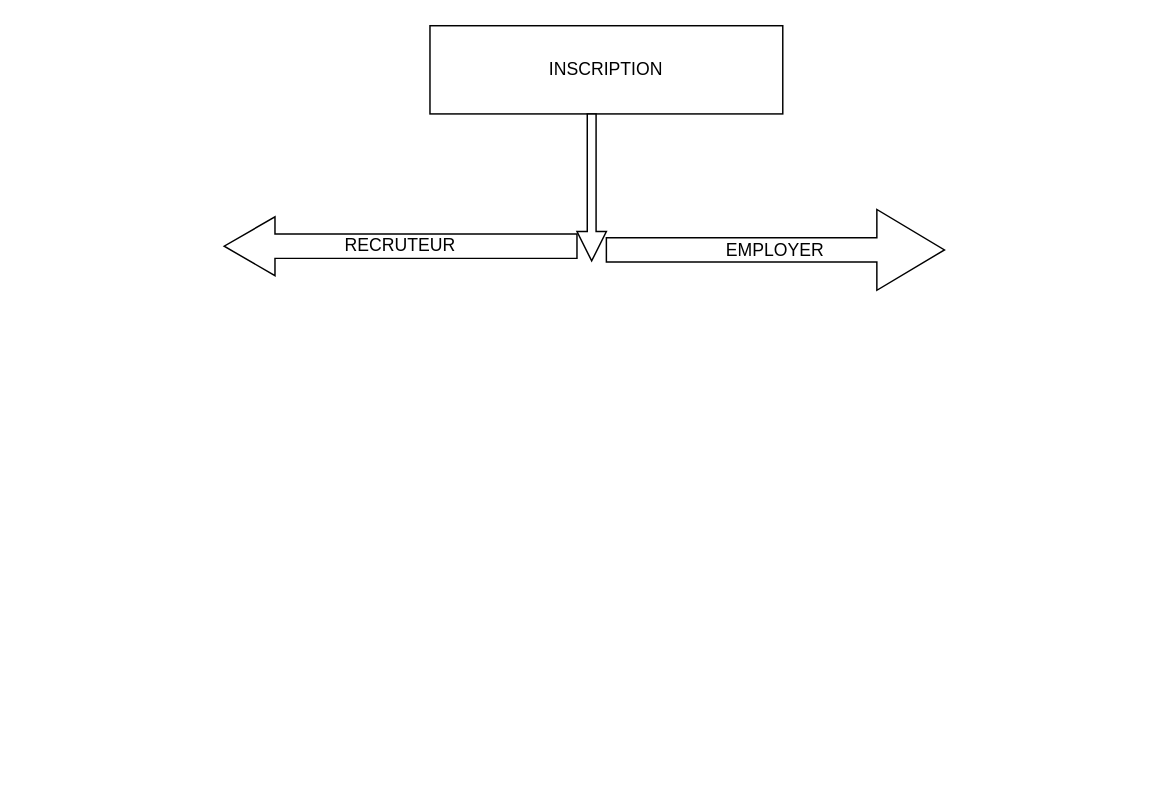
Above: AT_RM.drawio in DavidDem249/diagrams (draw.io), before the change. Source tidied: cells renumbered, new cells numbered last; positions are measured from the earlier drawing's top-left corner, leaving out a move shared by most shapes. Both pictures are drawn from the tidied source at 147%, with x=0, y=0 at pixel (223, 25).
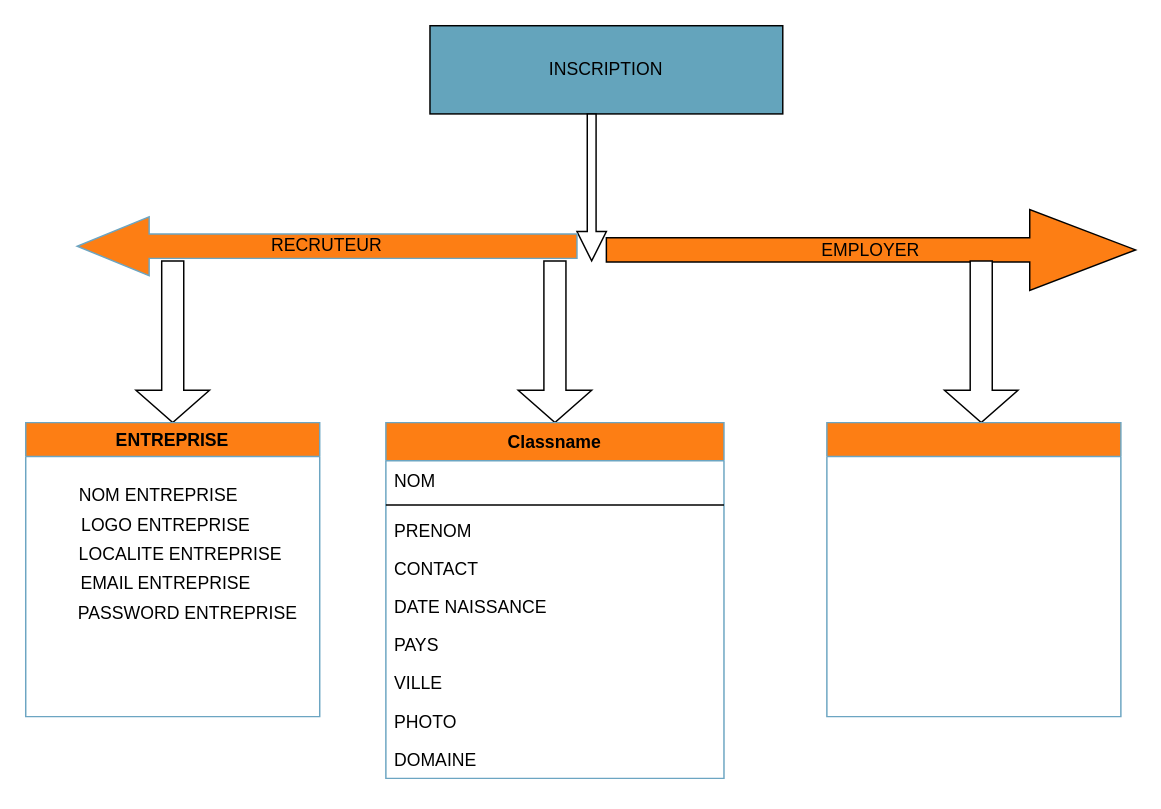
Above is the later version.

Commit message:
Une nouvelle mise à jour

Diff of the diagram source:
```diff
@@
-    <mxCell id="2" value="INSCRIPTION" style="rounded=0;whiteSpace=wrap;html=1;" parent="1" vertex="1">
+    <mxCell id="2" value="INSCRIPTION" style="rounded=0;whiteSpace=wrap;html=1;fillColor=#64A4BC;" parent="1" vertex="1">
       <mxGeometry x="140" width="240" height="60" as="geometry" />
     </mxCell>
@@
-    <mxCell id="4" value="RECRUTEUR" style="shape=singleArrow;direction=west;whiteSpace=wrap;html=1;arrowWidth=0.41333414713541666;arrowSize=0.144000244140625;" parent="1" vertex="1">
-      <mxGeometry y="130" width="240" height="40" as="geometry" />
+    <mxCell id="4" value="RECRUTEUR" style="shape=singleArrow;direction=west;whiteSpace=wrap;html=1;arrowWidth=0.41333414713541666;arrowSize=0.144000244140625;strokeColor=#6CA5C2;fillColor=#fd7e14;" parent="1" vertex="1">
+      <mxGeometry x="-100" y="130" width="340" height="40" as="geometry" />
     </mxCell>
-    <mxCell id="5" value="EMPLOYER" style="shape=singleArrow;whiteSpace=wrap;html=1;" parent="1" vertex="1">
-      <mxGeometry x="260" y="125" width="230" height="55" as="geometry" />
+    <mxCell id="5" value="EMPLOYER" style="shape=singleArrow;whiteSpace=wrap;html=1;fillColor=#fd7e14;" parent="1" vertex="1">
+      <mxGeometry x="260" y="125" width="360" height="55" as="geometry" />
     </mxCell>
+    <mxCell id="6" style="shape=singleArrow;direction=south;whiteSpace=wrap;html=1;" parent="1" vertex="1">
+      <mxGeometry x="-60" y="160" width="50" height="110" as="geometry" />
+    </mxCell>
+    <mxCell id="7" style="shape=singleArrow;direction=south;whiteSpace=wrap;html=1;" parent="1" vertex="1">
+      <mxGeometry x="200" y="160" width="50" height="110" as="geometry" />
+    </mxCell>
+    <mxCell id="8" value="ENTREPRISE" style="swimlane;strokeColor=#6CA5C2;fillColor=#fd7e14;" parent="1" vertex="1">
+      <mxGeometry x="-135" y="270" width="200" height="200" as="geometry" />
+    </mxCell>
+    <mxCell id="9" value="NOM ENTREPRISE" style="text;html=1;align=center;verticalAlign=middle;strokeColor=none;" parent="8" vertex="1">
+      <mxGeometry x="30" y="40" width="120" height="20" as="geometry" />
+    </mxCell>
+    <mxCell id="10" value="LOGO ENTREPRISE" style="text;html=1;align=center;verticalAlign=middle;strokeColor=none;" parent="1" vertex="1">
+      <mxGeometry x="-105" y="330" width="130" height="20" as="geometry" />
+    </mxCell>
+    <mxCell id="11" value="LOCALITE ENTREPRISE" style="text;html=1;align=center;verticalAlign=middle;strokeColor=none;" parent="1" vertex="1">
+      <mxGeometry x="-105" y="350" width="150" height="20" as="geometry" />
+    </mxCell>
+    <mxCell id="12" value="EMAIL ENTREPRISE" style="text;html=1;align=center;verticalAlign=middle;strokeColor=none;" parent="1" vertex="1">
+      <mxGeometry x="-105" y="370" width="130" height="20" as="geometry" />
+    </mxCell>
+    <mxCell id="13" style="shape=singleArrow;direction=south;whiteSpace=wrap;html=1;" parent="1" vertex="1">
+      <mxGeometry x="490" y="160" width="50" height="110" as="geometry" />
+    </mxCell>
+    <mxCell id="14" style="swimlane;strokeColor=#6CA5C2;fillColor=#fd7e14;" parent="1" vertex="1">
+      <mxGeometry x="410" y="270" width="200" height="200" as="geometry" />
+    </mxCell>
+    <mxCell id="15" value="PASSWORD ENTREPRISE" style="text;html=1;align=center;verticalAlign=middle;strokeColor=none;" parent="1" vertex="1">
+      <mxGeometry x="-105" y="390" width="160" height="20" as="geometry" />
+    </mxCell>
+    <mxCell id="16" value="Classname" style="swimlane;fontStyle=1;align=center;verticalAlign=top;horizontal=1;startSize=26;strokeColor=#6CA5C2;fillColor=#fd7e14;" parent="1" vertex="1">
+      <mxGeometry x="110" y="270" width="230" height="242" as="geometry" />
+    </mxCell>
+    <mxCell id="17" value="NOM" style="text;strokeColor=none;fillColor=none;align=left;verticalAlign=top;spacingLeft=4;spacingRight=4;overflow=hidden;" parent="16" vertex="1">
+      <mxGeometry y="26" width="230" height="26" as="geometry" />
+    </mxCell>
+    <mxCell id="18" style="line;strokeWidth=1;fillColor=none;align=left;verticalAlign=middle;spacingTop=-1;spacingLeft=3;spacingRight=3;labelPosition=right;" parent="16" vertex="1">
+      <mxGeometry y="52" width="230" height="8" as="geometry" />
+    </mxCell>
+    <mxCell id="19" value="PRENOM" style="text;strokeColor=none;fillColor=none;align=left;verticalAlign=top;spacingLeft=4;spacingRight=4;overflow=hidden;" parent="16" vertex="1">
+      <mxGeometry y="60" width="230" height="26" as="geometry" />
+    </mxCell>
+    <mxCell id="20" value="CONTACT" style="text;strokeColor=none;fillColor=none;align=left;verticalAlign=top;spacingLeft=4;spacingRight=4;overflow=hidden;" parent="16" vertex="1">
+      <mxGeometry y="86" width="230" height="26" as="geometry" />
+    </mxCell>
+    <mxCell id="21" value="DATE NAISSANCE" style="text;strokeColor=none;fillColor=none;align=left;verticalAlign=top;spacingLeft=4;spacingRight=4;overflow=hidden;" parent="16" vertex="1">
+      <mxGeometry y="112" width="230" height="26" as="geometry" />
+    </mxCell>
+    <mxCell id="22" value="PAYS" style="text;strokeColor=none;fillColor=none;align=left;verticalAlign=top;spacingLeft=4;spacingRight=4;overflow=hidden;" parent="16" vertex="1">
+      <mxGeometry y="138" width="230" height="26" as="geometry" />
+    </mxCell>
+    <mxCell id="23" value="VILLE" style="text;strokeColor=none;fillColor=none;align=left;verticalAlign=top;spacingLeft=4;spacingRight=4;overflow=hidden;" parent="16" vertex="1">
+      <mxGeometry y="164" width="230" height="26" as="geometry" />
+    </mxCell>
+    <mxCell id="24" value="PHOTO" style="text;strokeColor=none;fillColor=none;align=left;verticalAlign=top;spacingLeft=4;spacingRight=4;overflow=hidden;" parent="16" vertex="1">
+      <mxGeometry y="190" width="230" height="26" as="geometry" />
+    </mxCell>
+    <mxCell id="25" value="DOMAINE" style="text;strokeColor=none;fillColor=none;align=left;verticalAlign=top;spacingLeft=4;spacingRight=4;overflow=hidden;" parent="16" vertex="1">
+      <mxGeometry y="216" width="230" height="26" as="geometry" />
+    </mxCell>
```
